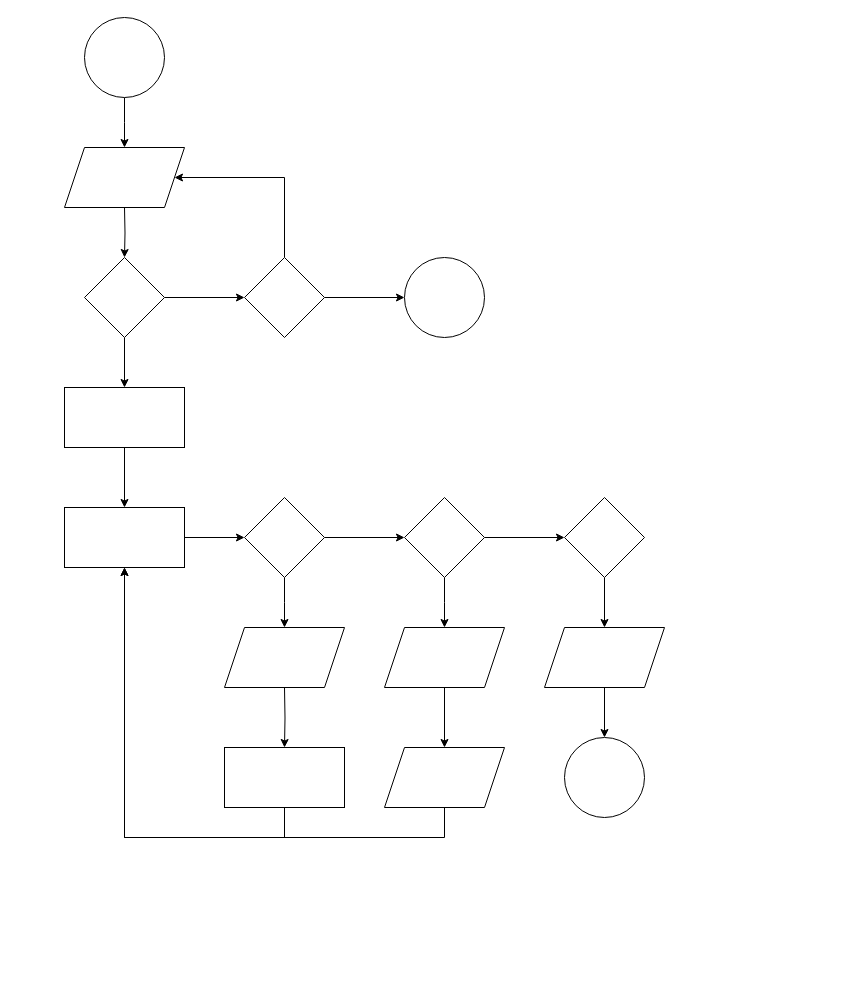
Earlier version of the draw.io diagram Untitled Diagram.drawio (InvalidPathException/draw.io). Source tidied: cells renumbered, new cells numbered last; positions are measured from the earlier drawing's top-left corner, leaving out a move shared by most shapes. Both pictures are drawn from the tidied source at 100%, with x=0, y=0 at pixel (64, 17).
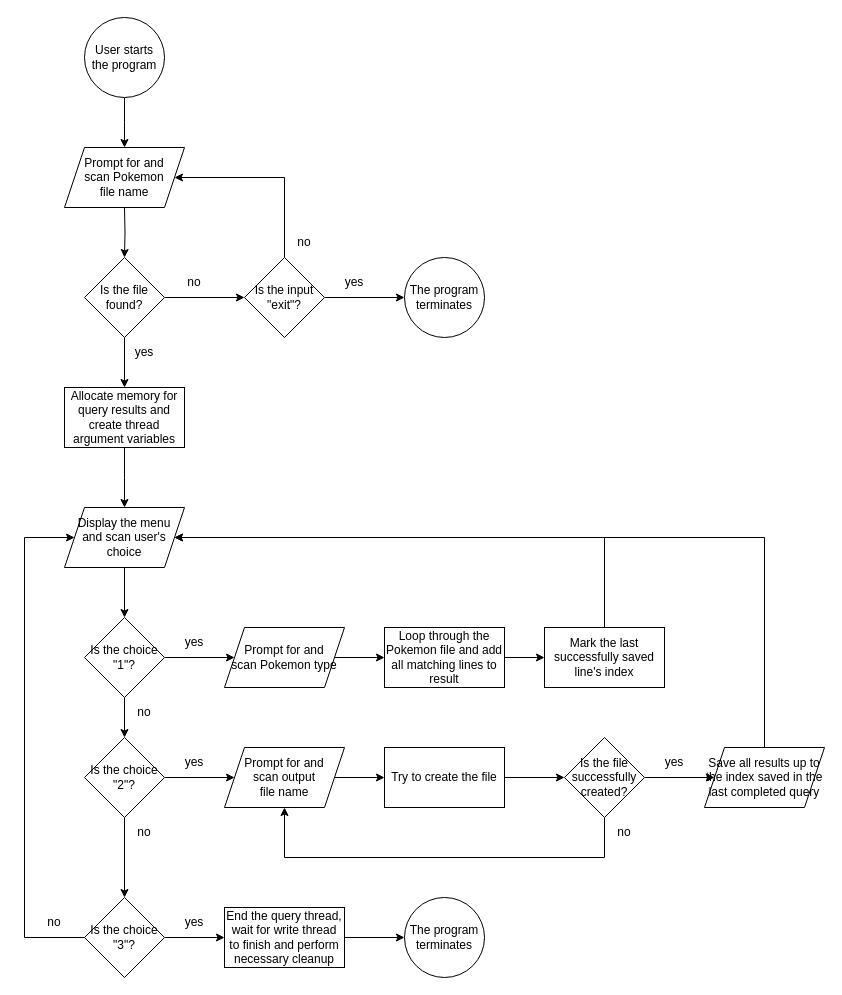
After the change.

Diff of the diagram source:
```diff
@@
-    <mxCell id="3" style="ellipse;whiteSpace=wrap;html=1;" parent="1" vertex="1">
+    <mxCell id="3" value="User starts the program" style="ellipse;whiteSpace=wrap;html=1;" parent="1" vertex="1">
       <mxGeometry x="20" width="80" height="80" as="geometry" />
     </mxCell>
@@
-    <mxCell id="7" style="rhombus;whiteSpace=wrap;html=1;" parent="1" vertex="1">
+    <mxCell id="7" value="Is the file found?" style="rhombus;whiteSpace=wrap;html=1;" parent="1" vertex="1">
       <mxGeometry x="20" y="240" width="80" height="80" as="geometry" />
     </mxCell>
-    <mxCell id="8" style="edgeStyle=orthogonalEdgeStyle;rounded=0;jettySize=auto;html=1;" parent="1" edge="1" source="9" target="12">
-      <mxGeometry relative="1" as="geometry" />
+    <mxCell id="8" style="edgeStyle=orthogonalEdgeStyle;rounded=0;jettySize=auto;html=1;" parent="1" edge="1" source="9">
+      <mxGeometry relative="1" as="geometry">
+        <mxPoint x="60" y="490" as="targetPoint" />
+      </mxGeometry>
     </mxCell>
-    <mxCell id="9" style="whiteSpace=wrap;html=1;" parent="1" vertex="1">
+    <mxCell id="9" value="Allocate memory for query results and create thread argument variables" style="whiteSpace=wrap;html=1;" parent="1" vertex="1">
       <mxGeometry y="370" width="120" height="60" as="geometry" />
     </mxCell>
-    <mxCell id="10" style="shape=parallelogram;perimeter=parallelogramPerimeter;whiteSpace=wrap;html=1;fixedSize=1;" parent="1" vertex="1">
+    <mxCell id="10" value="&lt;div&gt;Prompt for and&lt;/div&gt;&lt;div&gt;scan Pokemon&lt;/div&gt;&lt;div&gt;file name&lt;br&gt;&lt;/div&gt;" style="shape=parallelogram;perimeter=parallelogramPerimeter;whiteSpace=wrap;html=1;fixedSize=1;" parent="1" vertex="1">
       <mxGeometry y="130" width="120" height="60" as="geometry" />
     </mxCell>
-    <mxCell id="11" style="edgeStyle=orthogonalEdgeStyle;rounded=0;jettySize=auto;html=1;" parent="1" edge="1" source="12" target="15">
-      <mxGeometry relative="1" as="geometry" />
-    </mxCell>
-    <mxCell id="12" style="whiteSpace=wrap;html=1;" parent="1" vertex="1">
-      <mxGeometry y="490" width="120" height="60" as="geometry" />
-    </mxCell>
+    <mxCell id="36" style="edgeStyle=orthogonalEdgeStyle;rounded=0;jettySize=auto;html=1;" parent="1" edge="1" source="15" target="24">
+      <mxGeometry relative="1" as="geometry" />
+    </mxCell>
@@
-    <mxCell id="14" style="edgeStyle=orthogonalEdgeStyle;rounded=0;jettySize=auto;html=1;" parent="1" edge="1" source="15">
-      <mxGeometry relative="1" as="geometry">
-        <mxPoint x="220" y="610" as="targetPoint" />
-      </mxGeometry>
-    </mxCell>
-    <mxCell id="15" style="rhombus;whiteSpace=wrap;html=1;" parent="1" vertex="1">
-      <mxGeometry x="180" y="480" width="80" height="80" as="geometry" />
+    <mxCell id="15" value="Is the choice &quot;1&quot;?" style="rhombus;whiteSpace=wrap;html=1;" parent="1" vertex="1">
+      <mxGeometry x="20" y="600" width="80" height="80" as="geometry" />
     </mxCell>
@@
-    <mxCell id="17" style="edgeStyle=orthogonalEdgeStyle;rounded=0;jettySize=auto;html=1;" parent="1" edge="1" source="18">
-      <mxGeometry relative="1" as="geometry">
-        <mxPoint x="380" y="610" as="targetPoint" />
-      </mxGeometry>
-    </mxCell>
+    <mxCell id="37" style="edgeStyle=orthogonalEdgeStyle;rounded=0;jettySize=auto;html=1;" parent="1" edge="1" source="18" target="27">
+      <mxGeometry relative="1" as="geometry" />
+    </mxCell>
-    <mxCell id="18" style="rhombus;whiteSpace=wrap;html=1;" parent="1" vertex="1">
-      <mxGeometry x="340" y="480" width="80" height="80" as="geometry" />
+    <mxCell id="18" value="Is the choice &quot;2&quot;?" style="rhombus;whiteSpace=wrap;html=1;" parent="1" vertex="1">
+      <mxGeometry x="20" y="720" width="80" height="80" as="geometry" />
     </mxCell>
-    <mxCell id="19" style="edgeStyle=orthogonalEdgeStyle;rounded=0;jettySize=auto;html=1;" parent="1" edge="1" source="20" target="29">
-      <mxGeometry relative="1" as="geometry" />
-    </mxCell>
+    <mxCell id="38" style="edgeStyle=orthogonalEdgeStyle;rounded=0;jettySize=auto;html=1;entryX=0;entryY=0.5;entryDx=0;entryDy=0;" parent="1" edge="1" source="20" target="50">
+      <mxGeometry relative="1" as="geometry">
+        <Array as="points">
+          <mxPoint x="-40" y="920" />
+          <mxPoint x="-40" y="520" />
+        </Array>
+      </mxGeometry>
+    </mxCell>
+    <mxCell id="39" style="edgeStyle=orthogonalEdgeStyle;rounded=0;jettySize=auto;html=1;" parent="1" edge="1" source="20" target="44">
+      <mxGeometry relative="1" as="geometry" />
+    </mxCell>
-    <mxCell id="20" style="rhombus;whiteSpace=wrap;html=1;" parent="1" vertex="1">
-      <mxGeometry x="500" y="480" width="80" height="80" as="geometry" />
+    <mxCell id="20" value="Is the choice &quot;3&quot;?" style="rhombus;whiteSpace=wrap;html=1;" parent="1" vertex="1">
+      <mxGeometry x="20" y="880" width="80" height="80" as="geometry" />
     </mxCell>
-    <mxCell id="21" style="edgeStyle=orthogonalEdgeStyle;rounded=0;jettySize=auto;html=1;" parent="1" edge="1" target="23">
-      <mxGeometry relative="1" as="geometry">
-        <mxPoint x="220" y="670" as="sourcePoint" />
-      </mxGeometry>
-    </mxCell>
-    <mxCell id="22" style="edgeStyle=orthogonalEdgeStyle;rounded=0;jettySize=auto;html=1;entryX=0.5;entryY=1;entryDx=0;entryDy=0;" parent="1" edge="1" source="23" target="12">
-      <mxGeometry relative="1" as="geometry">
-        <Array as="points">
-          <mxPoint x="220" y="820" />
-          <mxPoint x="60" y="820" />
-        </Array>
-      </mxGeometry>
-    </mxCell>
+    <mxCell id="40" style="edgeStyle=orthogonalEdgeStyle;rounded=0;jettySize=auto;html=1;" parent="1" edge="1" source="23" target="58">
+      <mxGeometry relative="1" as="geometry" />
+    </mxCell>
-    <mxCell id="23" style="whiteSpace=wrap;html=1;" parent="1" vertex="1">
-      <mxGeometry x="160" y="730" width="120" height="60" as="geometry" />
+    <mxCell id="23" value="Loop through the Pokemon file and add all matching lines to result" style="whiteSpace=wrap;html=1;" parent="1" vertex="1">
+      <mxGeometry x="320" y="610" width="120" height="60" as="geometry" />
     </mxCell>
+    <mxCell id="41" style="edgeStyle=orthogonalEdgeStyle;rounded=0;jettySize=auto;html=1;" parent="1" edge="1" source="24" target="23">
+      <mxGeometry relative="1" as="geometry" />
+    </mxCell>
-    <mxCell id="24" style="shape=parallelogram;perimeter=parallelogramPerimeter;whiteSpace=wrap;html=1;fixedSize=1;" parent="1" vertex="1">
+    <mxCell id="24" value="&lt;div&gt;Prompt for and&lt;/div&gt;&lt;div&gt;scan Pokemon type&lt;br&gt;&lt;/div&gt;" style="shape=parallelogram;perimeter=parallelogramPerimeter;whiteSpace=wrap;html=1;fixedSize=1;" parent="1" vertex="1">
       <mxGeometry x="160" y="610" width="120" height="60" as="geometry" />
     </mxCell>
-    <mxCell id="25" style="edgeStyle=orthogonalEdgeStyle;rounded=0;orthogonalLoop=1;jettySize=auto;html=1;" parent="1" edge="1">
-      <mxGeometry relative="1" as="geometry">
-        <mxPoint x="380" y="670" as="sourcePoint" />
-        <mxPoint x="380" y="730" as="targetPoint" />
-      </mxGeometry>
-    </mxCell>
-    <mxCell id="26" style="edgeStyle=orthogonalEdgeStyle;rounded=0;jettySize=auto;html=1;" parent="1" edge="1" target="12">
-      <mxGeometry relative="1" as="geometry">
-        <mxPoint x="380" y="790" as="sourcePoint" />
-        <Array as="points">
-          <mxPoint x="380" y="820" />
-          <mxPoint x="60" y="820" />
-        </Array>
-      </mxGeometry>
-    </mxCell>
+    <mxCell id="42" style="edgeStyle=orthogonalEdgeStyle;rounded=0;jettySize=auto;html=1;" parent="1" edge="1" source="27" target="52">
+      <mxGeometry relative="1" as="geometry" />
+    </mxCell>
-    <mxCell id="27" style="shape=parallelogram;perimeter=parallelogramPerimeter;whiteSpace=wrap;html=1;fixedSize=1;" parent="1" vertex="1">
-      <mxGeometry x="320" y="610" width="120" height="60" as="geometry" />
+    <mxCell id="27" value="&lt;div&gt;Prompt for and&lt;/div&gt;&lt;div&gt;scan output&lt;/div&gt;&lt;div&gt;file name&lt;br&gt;&lt;/div&gt;" style="shape=parallelogram;perimeter=parallelogramPerimeter;whiteSpace=wrap;html=1;fixedSize=1;" parent="1" vertex="1">
+      <mxGeometry x="160" y="730" width="120" height="60" as="geometry" />
     </mxCell>
-    <mxCell id="28" style="edgeStyle=orthogonalEdgeStyle;rounded=0;orthogonalLoop=1;jettySize=auto;html=1;" parent="1" edge="1">
-      <mxGeometry relative="1" as="geometry">
-        <mxPoint x="540" y="670" as="sourcePoint" />
-        <mxPoint x="540" y="720" as="targetPoint" />
-      </mxGeometry>
-    </mxCell>
-    <mxCell id="29" style="shape=parallelogram;perimeter=parallelogramPerimeter;whiteSpace=wrap;html=1;fixedSize=1;" parent="1" vertex="1">
-      <mxGeometry x="480" y="610" width="120" height="60" as="geometry" />
-    </mxCell>
-    <mxCell id="30" style="shape=parallelogram;perimeter=parallelogramPerimeter;whiteSpace=wrap;html=1;fixedSize=1;" parent="1" vertex="1">
-      <mxGeometry x="320" y="730" width="120" height="60" as="geometry" />
-    </mxCell>
-    <mxCell id="31" style="ellipse;whiteSpace=wrap;html=1;" parent="1" vertex="1">
-      <mxGeometry x="500" y="720" width="80" height="80" as="geometry" />
+    <mxCell id="31" value="The program terminates" style="ellipse;whiteSpace=wrap;html=1;" parent="1" vertex="1">
+      <mxGeometry x="340" y="880" width="80" height="80" as="geometry" />
     </mxCell>
@@
-    <mxCell id="34" style="rhombus;whiteSpace=wrap;html=1;" parent="1" vertex="1">
+    <mxCell id="34" value="&lt;div&gt;Is the input &lt;br&gt;&lt;/div&gt;&lt;div&gt;&quot;exit&quot;?&lt;br&gt;&lt;/div&gt;" style="rhombus;whiteSpace=wrap;html=1;" parent="1" vertex="1">
       <mxGeometry x="180" y="240" width="80" height="80" as="geometry" />
     </mxCell>
-    <mxCell id="35" style="ellipse;whiteSpace=wrap;html=1;" parent="1" vertex="1">
+    <mxCell id="35" value="The program terminates" style="ellipse;whiteSpace=wrap;html=1;" parent="1" vertex="1">
       <mxGeometry x="340" y="240" width="80" height="80" as="geometry" />
     </mxCell>
+    <mxCell id="43" style="edgeStyle=orthogonalEdgeStyle;rounded=0;jettySize=auto;html=1;" parent="1" edge="1" source="44" target="31">
+      <mxGeometry relative="1" as="geometry" />
+    </mxCell>
+    <mxCell id="44" value="End the query thread, wait for write thread to finish and perform necessary cleanup" style="whiteSpace=wrap;html=1;" parent="1" vertex="1">
+      <mxGeometry x="160" y="890" width="120" height="60" as="geometry" />
+    </mxCell>
+    <mxCell id="45" value="no" style="text;html=1;strokeColor=none;fillColor=none;align=center;verticalAlign=middle;whiteSpace=wrap;rounded=0;" parent="1" vertex="1">
+      <mxGeometry x="100" y="250" width="60" height="30" as="geometry" />
+    </mxCell>
+    <mxCell id="46" value="no" style="text;html=1;strokeColor=none;fillColor=none;align=center;verticalAlign=middle;whiteSpace=wrap;rounded=0;" parent="1" vertex="1">
+      <mxGeometry x="210" y="210" width="60" height="30" as="geometry" />
+    </mxCell>
+    <mxCell id="47" value="yes" style="text;html=1;strokeColor=none;fillColor=none;align=center;verticalAlign=middle;whiteSpace=wrap;rounded=0;" parent="1" vertex="1">
+      <mxGeometry x="260" y="250" width="60" height="30" as="geometry" />
+    </mxCell>
+    <mxCell id="48" value="yes" style="text;html=1;strokeColor=none;fillColor=none;align=center;verticalAlign=middle;whiteSpace=wrap;rounded=0;" parent="1" vertex="1">
+      <mxGeometry x="50" y="320" width="60" height="30" as="geometry" />
+    </mxCell>
+    <mxCell id="49" style="edgeStyle=orthogonalEdgeStyle;rounded=0;jettySize=auto;html=1;" parent="1" edge="1" source="50" target="15">
+      <mxGeometry relative="1" as="geometry" />
+    </mxCell>
+    <mxCell id="50" value="&lt;div&gt;Display the menu&lt;/div&gt;&lt;div&gt;and scan user's&lt;/div&gt;&lt;div&gt;choice&lt;br&gt;&lt;/div&gt;" style="shape=parallelogram;perimeter=parallelogramPerimeter;whiteSpace=wrap;html=1;fixedSize=1;" parent="1" vertex="1">
+      <mxGeometry y="490" width="120" height="60" as="geometry" />
+    </mxCell>
+    <mxCell id="51" style="edgeStyle=orthogonalEdgeStyle;rounded=0;jettySize=auto;html=1;" parent="1" edge="1" source="52" target="55">
+      <mxGeometry relative="1" as="geometry" />
+    </mxCell>
+    <mxCell id="52" value="Try to create the file" style="whiteSpace=wrap;html=1;" parent="1" vertex="1">
+      <mxGeometry x="320" y="730" width="120" height="60" as="geometry" />
+    </mxCell>
+    <mxCell id="53" style="edgeStyle=orthogonalEdgeStyle;rounded=0;jettySize=auto;html=1;entryX=0.5;entryY=1;entryDx=0;entryDy=0;" parent="1" edge="1" source="55" target="27">
+      <mxGeometry relative="1" as="geometry">
+        <Array as="points">
+          <mxPoint x="540" y="840" />
+          <mxPoint x="220" y="840" />
+        </Array>
+      </mxGeometry>
+    </mxCell>
+    <mxCell id="54" style="edgeStyle=orthogonalEdgeStyle;rounded=0;jettySize=auto;html=1;" parent="1" edge="1" source="55" target="67">
+      <mxGeometry relative="1" as="geometry" />
+    </mxCell>
+    <mxCell id="55" value="Is the file successfully created?" style="rhombus;whiteSpace=wrap;html=1;" parent="1" vertex="1">
+      <mxGeometry x="500" y="720" width="80" height="80" as="geometry" />
+    </mxCell>
+    <mxCell id="56" style="edgeStyle=orthogonalEdgeStyle;rounded=0;jettySize=auto;html=1;entryX=1;entryY=0.5;entryDx=0;entryDy=0;" parent="1" edge="1" target="50">
+      <mxGeometry relative="1" as="geometry">
+        <mxPoint x="700" y="730" as="sourcePoint" />
+        <Array as="points">
+          <mxPoint x="700" y="520" />
+        </Array>
+      </mxGeometry>
+    </mxCell>
+    <mxCell id="57" style="edgeStyle=orthogonalEdgeStyle;rounded=0;jettySize=auto;html=1;entryX=1;entryY=0.5;entryDx=0;entryDy=0;" parent="1" edge="1" source="58" target="50">
+      <mxGeometry relative="1" as="geometry">
+        <Array as="points">
+          <mxPoint x="540" y="520" />
+        </Array>
+      </mxGeometry>
+    </mxCell>
+    <mxCell id="58" value="Mark the last successfully saved line's index" style="whiteSpace=wrap;html=1;" parent="1" vertex="1">
+      <mxGeometry x="480" y="610" width="120" height="60" as="geometry" />
+    </mxCell>
+    <mxCell id="59" value="yes" style="text;html=1;strokeColor=none;fillColor=none;align=center;verticalAlign=middle;whiteSpace=wrap;rounded=0;" parent="1" vertex="1">
+      <mxGeometry x="100" y="610" width="60" height="30" as="geometry" />
+    </mxCell>
+    <mxCell id="60" value="yes" style="text;html=1;strokeColor=none;fillColor=none;align=center;verticalAlign=middle;whiteSpace=wrap;rounded=0;" parent="1" vertex="1">
+      <mxGeometry x="100" y="730" width="60" height="30" as="geometry" />
+    </mxCell>
+    <mxCell id="61" value="yes" style="text;html=1;strokeColor=none;fillColor=none;align=center;verticalAlign=middle;whiteSpace=wrap;rounded=0;" parent="1" vertex="1">
+      <mxGeometry x="100" y="890" width="60" height="30" as="geometry" />
+    </mxCell>
+    <mxCell id="62" value="no" style="text;html=1;strokeColor=none;fillColor=none;align=center;verticalAlign=middle;whiteSpace=wrap;rounded=0;" parent="1" vertex="1">
+      <mxGeometry x="-40" y="890" width="60" height="30" as="geometry" />
+    </mxCell>
+    <mxCell id="63" value="yes" style="text;html=1;strokeColor=none;fillColor=none;align=center;verticalAlign=middle;whiteSpace=wrap;rounded=0;" parent="1" vertex="1">
+      <mxGeometry x="580" y="730" width="60" height="30" as="geometry" />
+    </mxCell>
+    <mxCell id="64" value="no" style="text;html=1;strokeColor=none;fillColor=none;align=center;verticalAlign=middle;whiteSpace=wrap;rounded=0;" parent="1" vertex="1">
+      <mxGeometry x="530" y="800" width="60" height="30" as="geometry" />
+    </mxCell>
+    <mxCell id="65" value="no" style="text;html=1;strokeColor=none;fillColor=none;align=center;verticalAlign=middle;whiteSpace=wrap;rounded=0;" parent="1" vertex="1">
+      <mxGeometry x="50" y="800" width="60" height="30" as="geometry" />
+    </mxCell>
+    <mxCell id="66" value="no" style="text;html=1;strokeColor=none;fillColor=none;align=center;verticalAlign=middle;whiteSpace=wrap;rounded=0;" parent="1" vertex="1">
+      <mxGeometry x="50" y="680" width="60" height="30" as="geometry" />
+    </mxCell>
+    <mxCell id="67" value="Save all results up to the index saved in the last completed query" style="shape=parallelogram;perimeter=parallelogramPerimeter;whiteSpace=wrap;html=1;fixedSize=1;" parent="1" vertex="1">
+      <mxGeometry x="640" y="730" width="120" height="60" as="geometry" />
+    </mxCell>
```
